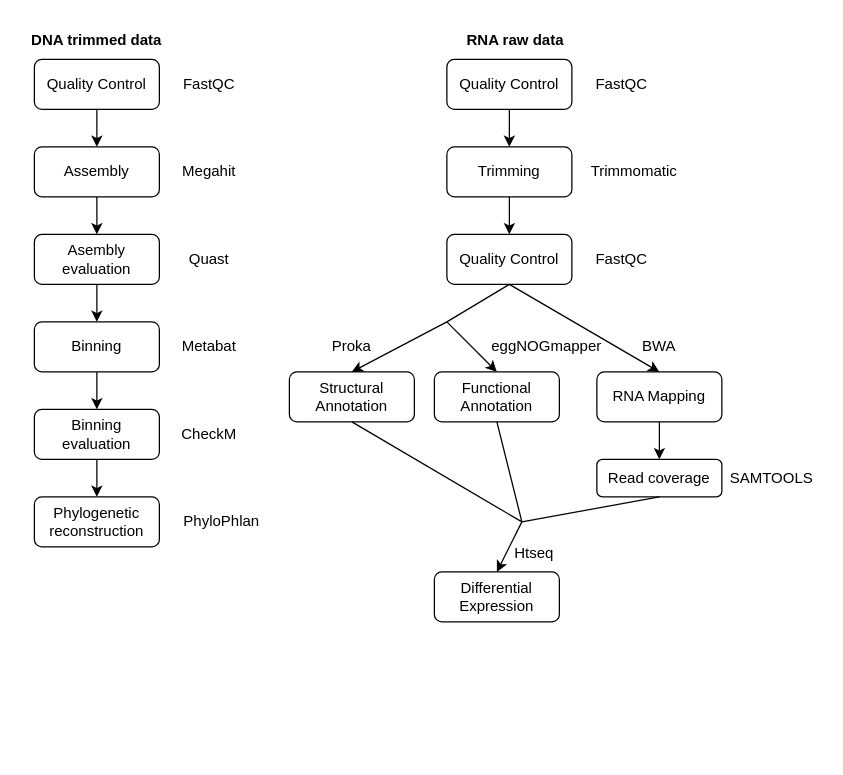
Above: Genome_Analysis_Initial_Workflow.drawio in pcr08/GenomeAnalysis (draw.io), before the change. Source tidied: cells renumbered, new cells numbered last; positions are measured from the earlier drawing's top-left corner, leaving out a move shared by most shapes. Both pictures are drawn from the tidied source at 125%, with x=0, y=0 at pixel (21, 21).
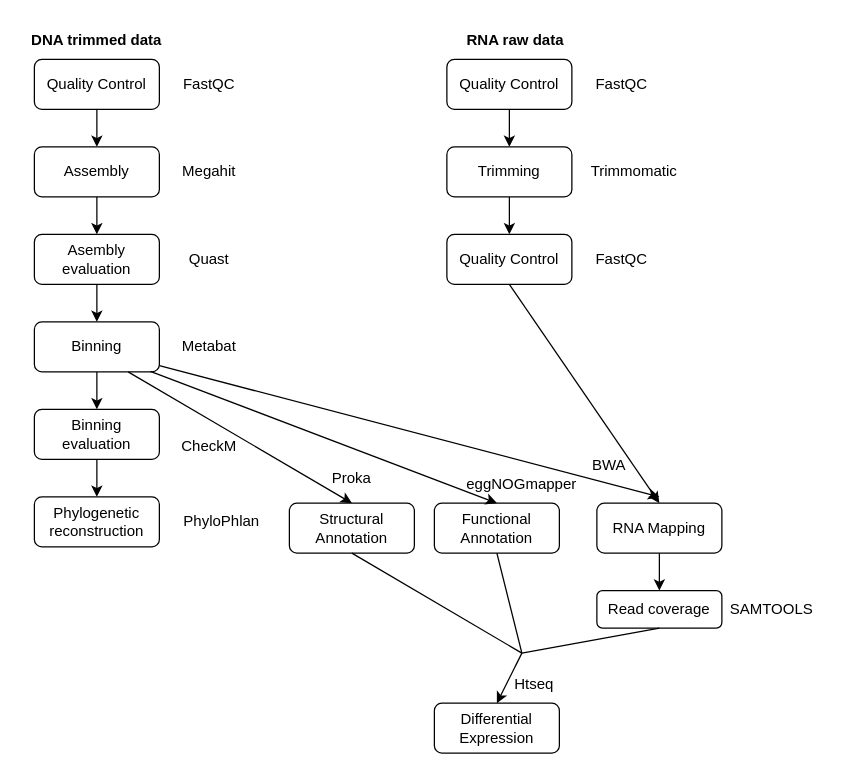
The same page after the edit.

Unchanged cells that the change refers to:
```xml
<mxCell id="14" value="Binning" style="rounded=1;whiteSpace=wrap;html=1;" parent="1" vertex="1">
  <mxGeometry x="10" y="240" width="100" height="40" as="geometry" />
</mxCell>
<mxCell id="40" value="Metabat" style="text;html=1;strokeColor=none;fillColor=none;align=center;verticalAlign=middle;whiteSpace=wrap;rounded=0;" parent="1" vertex="1">
  <mxGeometry x="110" y="245" width="80" height="30" as="geometry" />
</mxCell>
```

What changed in the source:
```diff
@@
     <mxCell id="5" value="Structural Annotation" style="rounded=1;whiteSpace=wrap;html=1;" parent="1" vertex="1">
-      <mxGeometry x="214" y="280" width="100" height="40" as="geometry" />
+      <mxGeometry x="214" y="385" width="100" height="40" as="geometry" />
     </mxCell>
     <mxCell id="6" value="Functional Annotation" style="rounded=1;whiteSpace=wrap;html=1;" parent="1" vertex="1">
-      <mxGeometry x="330" y="280" width="100" height="40" as="geometry" />
+      <mxGeometry x="330" y="385" width="100" height="40" as="geometry" />
     </mxCell>
     <mxCell id="7" value="RNA Mapping" style="rounded=1;whiteSpace=wrap;html=1;" parent="1" vertex="1">
-      <mxGeometry x="460" y="280" width="100" height="40" as="geometry" />
+      <mxGeometry x="460" y="385" width="100" height="40" as="geometry" />
     </mxCell>
     <mxCell id="8" value="Read coverage" style="rounded=1;whiteSpace=wrap;html=1;" parent="1" vertex="1">
-      <mxGeometry x="460" y="350" width="100" height="30" as="geometry" />
+      <mxGeometry x="460" y="455" width="100" height="30" as="geometry" />
     </mxCell>
     <mxCell id="9" value="Differential Expression" style="rounded=1;whiteSpace=wrap;html=1;" parent="1" vertex="1">
-      <mxGeometry x="330" y="440" width="100" height="40" as="geometry" />
+      <mxGeometry x="330" y="545" width="100" height="40" as="geometry" />
     </mxCell>
@@
-    <mxCell id="24" style="endArrow=classic;html=1;rounded=0;entryX=0.5;entryY=0;entryDx=0;entryDy=0;" parent="1" edge="1" target="5">
-      <mxGeometry relative="1" as="geometry">
-        <mxPoint x="340" y="240" as="sourcePoint" />
-      </mxGeometry>
+    <mxCell id="24" style="endArrow=classic;html=1;rounded=0;entryX=0.5;entryY=0;entryDx=0;entryDy=0;exitX=0.75;exitY=1;exitDx=0;exitDy=0;" parent="1" edge="1" source="14" target="5">
+      <mxGeometry relative="1" as="geometry" />
     </mxCell>
-    <mxCell id="25" style="endArrow=classic;html=1;rounded=0;entryX=0.5;entryY=0;entryDx=0;entryDy=0;" parent="1" edge="1" target="6">
-      <mxGeometry relative="1" as="geometry">
-        <mxPoint x="340" y="240" as="sourcePoint" />
-      </mxGeometry>
+    <mxCell id="25" style="endArrow=classic;html=1;rounded=0;entryX=0.5;entryY=0;entryDx=0;entryDy=0;exitX=0.928;exitY=0.99;exitDx=0;exitDy=0;exitPerimeter=0;" parent="1" edge="1" source="14" target="6">
+      <mxGeometry relative="1" as="geometry" />
     </mxCell>
@@
     <mxCell id="27" style="endArrow=classic;html=1;rounded=0;entryX=0.5;entryY=0;entryDx=0;entryDy=0;" parent="1" edge="1" target="9">
       <mxGeometry relative="1" as="geometry">
-        <mxPoint x="400" y="400" as="sourcePoint" />
+        <mxPoint x="400" y="505" as="sourcePoint" />
       </mxGeometry>
     </mxCell>
-    <mxCell id="28" style="endArrow=none;html=1;rounded=0;" parent="1" edge="1">
-      <mxGeometry relative="1" as="geometry">
-        <mxPoint x="340" y="240" as="sourcePoint" />
-        <mxPoint x="390" y="210" as="targetPoint" />
-      </mxGeometry>
-    </mxCell>
     <mxCell id="29" style="endArrow=none;html=1;rounded=0;entryX=0.5;entryY=1;entryDx=0;entryDy=0;" parent="1" edge="1" target="6">
       <mxGeometry relative="1" as="geometry">
-        <mxPoint x="400" y="400" as="sourcePoint" />
+        <mxPoint x="400" y="505" as="sourcePoint" />
       </mxGeometry>
     </mxCell>
     <mxCell id="30" style="endArrow=none;html=1;rounded=0;entryX=0.5;entryY=1;entryDx=0;entryDy=0;" parent="1" edge="1" target="5">
       <mxGeometry relative="1" as="geometry">
-        <mxPoint x="400" y="400" as="sourcePoint" />
+        <mxPoint x="400" y="505" as="sourcePoint" />
       </mxGeometry>
     </mxCell>
     <mxCell id="31" style="endArrow=none;html=1;rounded=0;entryX=0.5;entryY=1;entryDx=0;entryDy=0;" parent="1" edge="1" target="8">
       <mxGeometry relative="1" as="geometry">
-        <mxPoint x="400" y="400" as="sourcePoint" />
+        <mxPoint x="400" y="505" as="sourcePoint" />
       </mxGeometry>
     </mxCell>
@@
     <mxCell id="41" value="CheckM" style="text;html=1;strokeColor=none;fillColor=none;align=center;verticalAlign=middle;whiteSpace=wrap;rounded=0;" parent="1" vertex="1">
-      <mxGeometry x="110" y="315" width="80" height="30" as="geometry" />
+      <mxGeometry x="110" y="325" width="80" height="30" as="geometry" />
     </mxCell>
@@
-    <mxCell id="43" value="eggNOGmapper" style="text;html=1;strokeColor=none;fillColor=none;align=center;verticalAlign=middle;whiteSpace=wrap;rounded=0;" parent="1" vertex="1">
-      <mxGeometry x="380" y="245" width="80" height="30" as="geometry" />
-    </mxCell>
     <mxCell id="44" value="Proka" style="text;html=1;strokeColor=none;fillColor=none;align=center;verticalAlign=middle;whiteSpace=wrap;rounded=0;" parent="1" vertex="1">
-      <mxGeometry x="224" y="245" width="80" height="30" as="geometry" />
+      <mxGeometry x="224" y="350" width="80" height="30" as="geometry" />
     </mxCell>
     <mxCell id="45" value="BWA" style="text;html=1;strokeColor=none;fillColor=none;align=center;verticalAlign=middle;whiteSpace=wrap;rounded=0;" parent="1" vertex="1">
-      <mxGeometry x="470" y="245" width="80" height="30" as="geometry" />
+      <mxGeometry x="430" y="340" width="80" height="30" as="geometry" />
     </mxCell>
     <mxCell id="46" value="SAMTOOLS" style="text;html=1;strokeColor=none;fillColor=none;align=center;verticalAlign=middle;whiteSpace=wrap;rounded=0;" parent="1" vertex="1">
-      <mxGeometry x="560" y="350" width="80" height="30" as="geometry" />
+      <mxGeometry x="560" y="455" width="80" height="30" as="geometry" />
     </mxCell>
     <mxCell id="47" value="Htseq" style="text;html=1;strokeColor=none;fillColor=none;align=center;verticalAlign=middle;whiteSpace=wrap;rounded=0;" parent="1" vertex="1">
-      <mxGeometry x="370" y="410" width="80" height="30" as="geometry" />
+      <mxGeometry x="370" y="515" width="80" height="30" as="geometry" />
     </mxCell>
+    <mxCell id="48" style="endArrow=classic;html=1;rounded=0;exitX=0;exitY=1;exitDx=0;exitDy=0;startArrow=none;" parent="1" edge="1" source="40">
+      <mxGeometry relative="1" as="geometry">
+        <mxPoint x="510" y="380" as="targetPoint" />
+      </mxGeometry>
+    </mxCell>
+    <mxCell id="43" value="eggNOGmapper" style="text;html=1;strokeColor=none;fillColor=none;align=center;verticalAlign=middle;whiteSpace=wrap;rounded=0;" parent="1" vertex="1">
+      <mxGeometry x="360" y="355" width="80" height="30" as="geometry" />
+    </mxCell>
```
